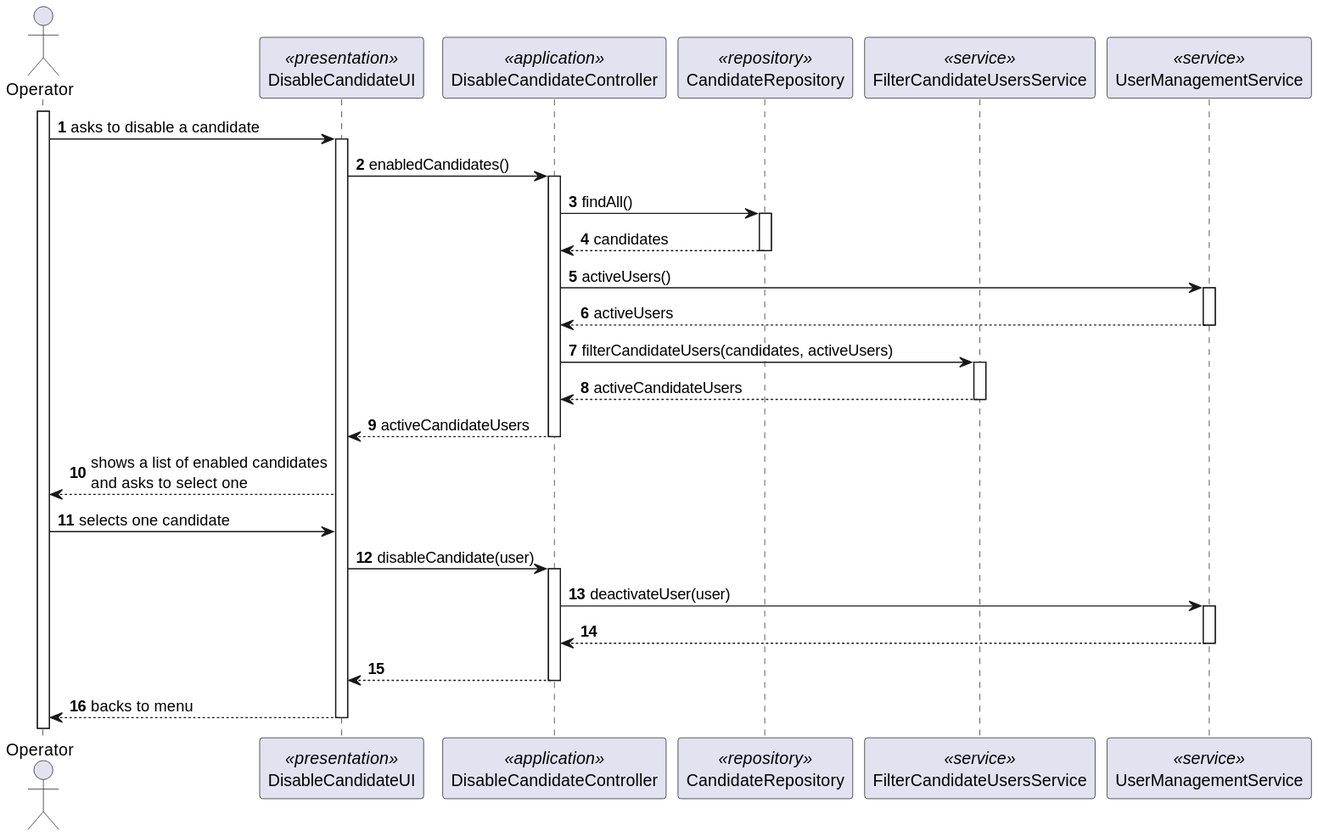
Earlier version of the PlantUML export docs/SprintC/us2000b/SD/SD-Disable-Candidate.svg (Rodrick0209/ISEP-SEM4PI-23-24).
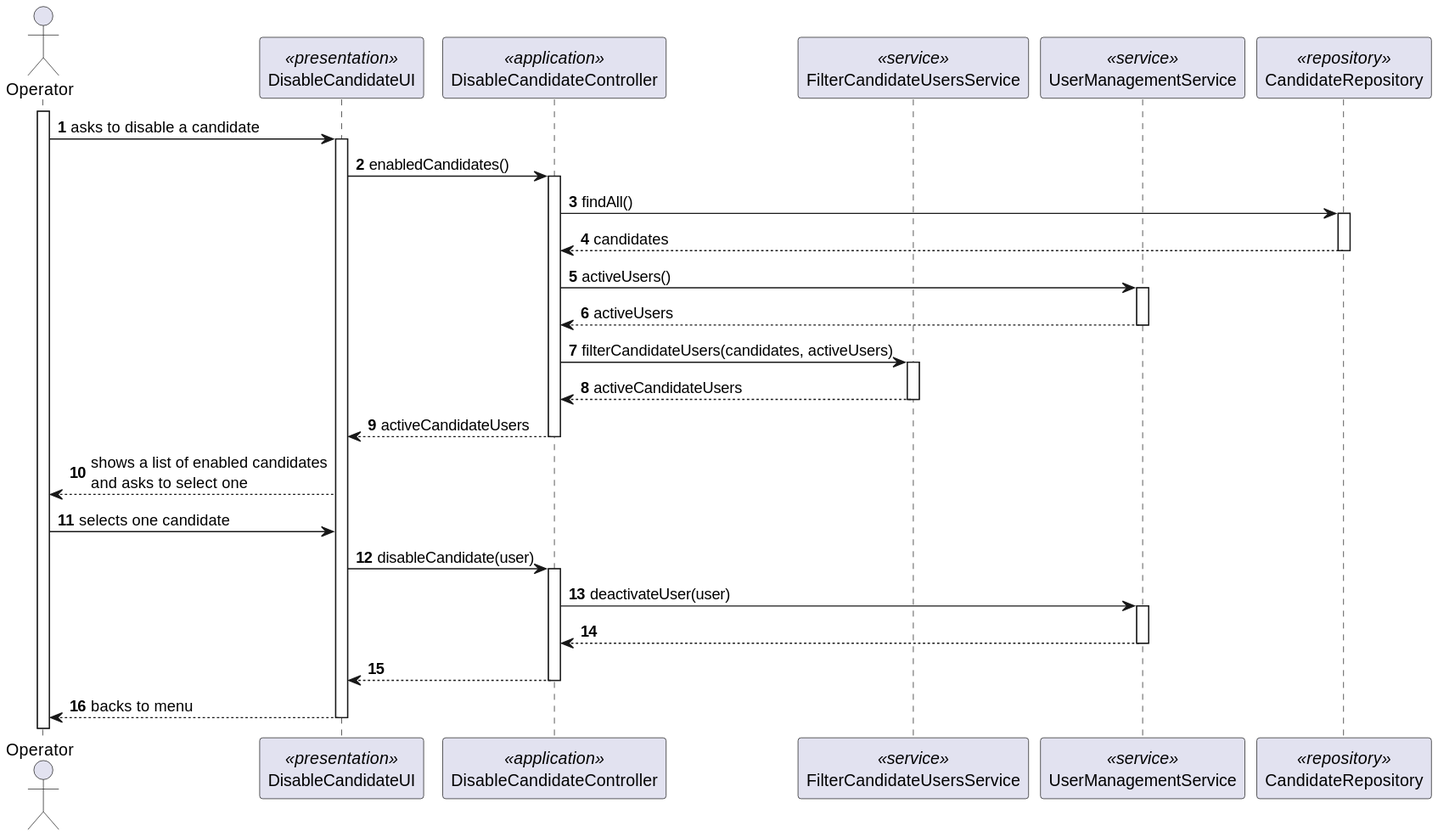
Later version of the same file.

Change to the diagram source:
```diff
@@ -5,9 +5,9 @@
 actor Operator
 participant DisableCandidateUI <<presentation>>
 participant DisableCandidateController <<application>>
-participant CandidateRepository <<repository>>
 participant FilterCandidateUsersService <<service>>
 participant UserManagementService <<service>>
+participant CandidateRepository <<repository>>
 
 activate Operator
 Operator -> DisableCandidateUI : asks to disable a candidate
```
